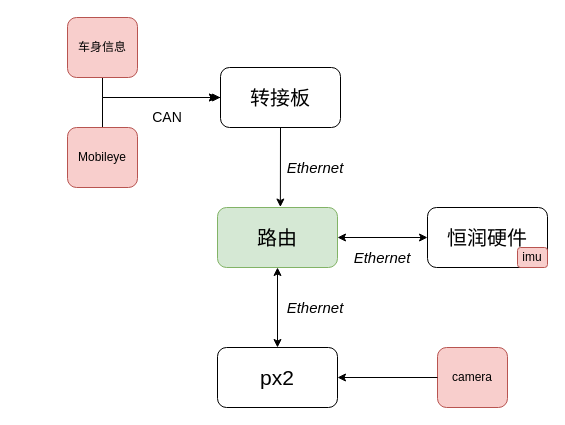
Before: Untitled Diagram.drawio in xhzhuhit/Trajectory_Compression_Algorithms, a draw.io diagram. Source tidied: cells renumbered, new cells numbered last; positions are measured from the earlier drawing's top-left corner, leaving out a move shared by most shapes. Both pictures are drawn from the tidied source at 100%, with x=0, y=0 at pixel (67, 17).
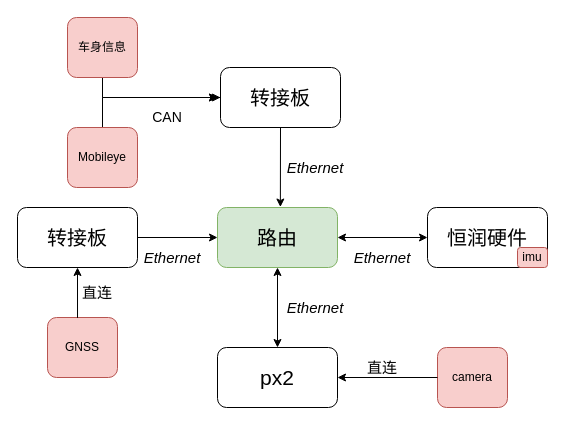
Above is the later version.

The change refers to these unchanged cells:
```xml
<mxCell id="2" value="&lt;font style=&quot;font-size: 20px&quot;&gt;路由&lt;/font&gt;" style="rounded=1;whiteSpace=wrap;html=1;fillColor=#d5e8d4;strokeColor=#82b366;" parent="1" vertex="1">
  <mxGeometry x="150" y="190" width="120" height="60" as="geometry" />
</mxCell>
```

The edit, as a diff of the source:
```diff
@@
+    <mxCell id="21" value="&lt;font style=&quot;font-size: 20px&quot;&gt;转接板&lt;/font&gt;" style="rounded=1;whiteSpace=wrap;html=1;" parent="1" vertex="1">
+      <mxGeometry x="-50" y="190" width="120" height="60" as="geometry" />
+    </mxCell>
+    <mxCell id="22" style="endArrow=classic;html=1;entryX=0;entryY=0.5;entryDx=0;entryDy=0;exitX=1;exitY=0.5;exitDx=0;exitDy=0;" parent="1" edge="1" source="21" target="2">
+      <mxGeometry relative="1" as="geometry" />
+    </mxCell>
+    <mxCell id="23" value="&lt;font size=&quot;1&quot;&gt;&lt;em style=&quot;font-size: 15px&quot;&gt;Ethernet&lt;/em&gt;&lt;/font&gt;" style="text;html=1;strokeColor=none;fillColor=none;align=center;verticalAlign=middle;whiteSpace=wrap;rounded=0;" parent="1" vertex="1">
+      <mxGeometry x="70" y="220" width="70" height="40" as="geometry" />
+    </mxCell>
+    <mxCell id="24" value="GNSS" style="rounded=1;whiteSpace=wrap;html=1;fillColor=#f8cecc;strokeColor=#b85450;" parent="1" vertex="1">
+      <mxGeometry x="-20" y="300" width="70" height="60" as="geometry" />
+    </mxCell>
+    <mxCell id="25" style="endArrow=classic;html=1;entryX=0.5;entryY=1;entryDx=0;entryDy=0;exitX=0.429;exitY=0.007;exitDx=0;exitDy=0;exitPerimeter=0;" parent="1" edge="1" source="24" target="21">
+      <mxGeometry relative="1" as="geometry" />
+    </mxCell>
+    <mxCell id="26" value="&lt;font style=&quot;font-size: 15px&quot;&gt;直连&lt;/font&gt;" style="text;html=1;strokeColor=none;fillColor=none;align=center;verticalAlign=middle;whiteSpace=wrap;rounded=0;" parent="1" vertex="1">
+      <mxGeometry x="10" y="265" width="40" height="20" as="geometry" />
+    </mxCell>
+    <mxCell id="27" value="&lt;font style=&quot;font-size: 15px&quot;&gt;直连&lt;/font&gt;" style="text;html=1;strokeColor=none;fillColor=none;align=center;verticalAlign=middle;whiteSpace=wrap;rounded=0;" parent="1" vertex="1">
+      <mxGeometry x="295" y="340" width="40" height="20" as="geometry" />
+    </mxCell>
```
